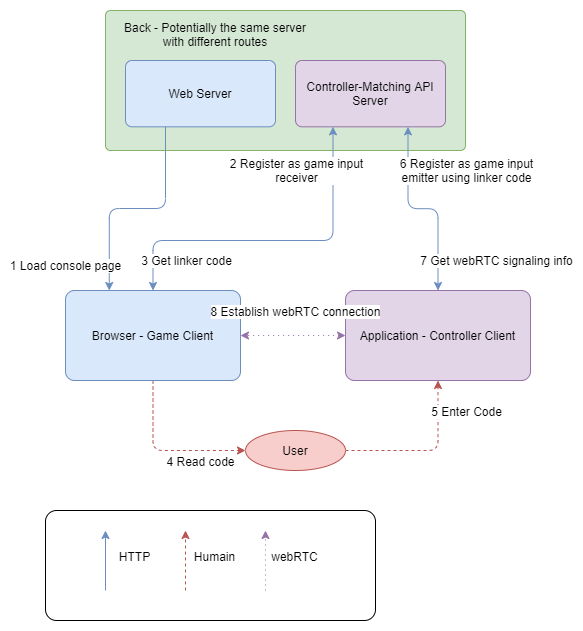
Before: architecture/EPI-airConsole-actors-network_webRTC-Network flow.png, a diagram exported from draw.io (Billyblbl/EPIairconsole). Source tidied: cells renumbered, new cells last; positions are measured from the earlier drawing's top-left corner, leaving out a move shared by most shapes.
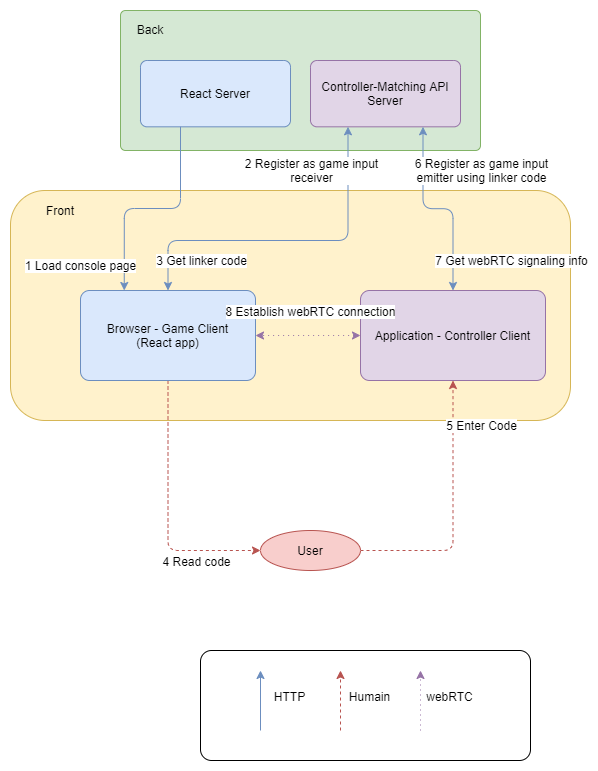
After the commit.

Commit message:
Diagram precision

- Removed possibility for only one server, need to be 2 because of react
- Precised wbefront as being a reactapp
- Precised area of action of each element of the flow

The edit, as a diff of the source:
```diff
@@ -2,34 +2,39 @@
   <root>
     <mxCell id="0" />
     <mxCell id="1" parent="0" />
+    <mxCell id="30" style="group;" parent="1" vertex="1">
+      <mxGeometry x="-50" y="180" width="560" height="230" as="geometry" />
+    </mxCell>
+    <mxCell id="31" style="rounded=1;whiteSpace=wrap;html=1;fillColor=#fff2cc;strokeColor=#d6b656;" parent="30" vertex="1">
+      <mxGeometry width="560" height="230" as="geometry" />
+    </mxCell>
+    <mxCell id="32" value="Front" style="text;html=1;strokeColor=none;fillColor=none;align=center;verticalAlign=middle;whiteSpace=wrap;rounded=0;" parent="30" vertex="1">
+      <mxGeometry x="30" y="10" width="40" height="20" as="geometry" />
+    </mxCell>
     <mxCell id="2" style="rounded=1;arcSize=10;whiteSpace=wrap;html=1;align=center;" parent="1" vertex="1">
-      <mxGeometry y="500" width="330" height="110" as="geometry" />
+      <mxGeometry x="140" y="640" width="330" height="110" as="geometry" />
     </mxCell>
     <mxCell id="3" value="Application - Controller Client" style="rounded=1;arcSize=10;whiteSpace=wrap;html=1;align=center;fillColor=#e1d5e7;strokeColor=#9673a6;" parent="1" vertex="1">
       <mxGeometry x="300" y="280" width="185" height="90" as="geometry" />
     </mxCell>
-    <mxCell id="4" style="edgeStyle=orthogonalEdgeStyle;rounded=1;jettySize=auto;html=1;entryX=0;entryY=0.5;entryDx=0;entryDy=0;dashed=1;startArrow=none;startFill=0;fillColor=#f8cecc;strokeColor=#b85450;" parent="1" edge="1" source="6" target="23">
-      <mxGeometry relative="1" as="geometry">
-        <Array as="points">
-          <mxPoint x="108" y="440" />
-        </Array>
-      </mxGeometry>
+    <mxCell id="4" style="edgeStyle=orthogonalEdgeStyle;rounded=1;jettySize=auto;html=1;entryX=0;entryY=0.5;entryDx=0;entryDy=0;dashed=1;startArrow=none;startFill=0;fillColor=#f8cecc;strokeColor=#b85450;exitX=0.5;exitY=1;exitDx=0;exitDy=0;" parent="1" edge="1" source="6" target="23">
+      <mxGeometry relative="1" as="geometry" />
     </mxCell>
     <mxCell id="5" value="4 Read code" style="text;html=1;align=center;verticalAlign=middle;labelBackgroundColor=#ffffff;" parent="4" vertex="1">
       <mxGeometry x="0.62" y="-1" relative="1" as="geometry">
         <mxPoint x="-14.2" y="9" as="offset" />
       </mxGeometry>
     </mxCell>
-    <mxCell id="6" value="Browser - Game Client" style="rounded=1;arcSize=10;whiteSpace=wrap;html=1;align=center;fillColor=#dae8fc;strokeColor=#6c8ebf;" parent="1" vertex="1">
+    <mxCell id="6" value="Browser - Game Client&lt;br&gt;(React app)" style="rounded=1;arcSize=10;whiteSpace=wrap;html=1;align=center;fillColor=#dae8fc;strokeColor=#6c8ebf;" parent="1" vertex="1">
       <mxGeometry x="20" y="280" width="175" height="90" as="geometry" />
     </mxCell>
     <mxCell id="7" style="rounded=1;absoluteArcSize=1;html=1;arcSize=10;fillColor=#d5e8d4;strokeColor=#82b366;" parent="1" vertex="1">
       <mxGeometry x="60" width="360" height="140" as="geometry" />
     </mxCell>
-    <mxCell id="8" value="Back - Potentially the same server with different routes" style="html=1;shape=mxgraph.er.anchor;whiteSpace=wrap;" parent="7" vertex="1">
-      <mxGeometry x="10" y="7.4" width="200" height="32.6" as="geometry" />
+    <mxCell id="8" value="Back" style="html=1;shape=mxgraph.er.anchor;whiteSpace=wrap;" parent="7" vertex="1">
+      <mxGeometry x="10" y="7.4" width="40" height="22.6" as="geometry" />
     </mxCell>
-    <mxCell id="9" value="Web Server" style="rounded=1;arcSize=10;whiteSpace=wrap;html=1;align=center;fillColor=#dae8fc;strokeColor=#6c8ebf;" parent="7" vertex="1">
+    <mxCell id="9" value="React Server" style="rounded=1;arcSize=10;whiteSpace=wrap;html=1;align=center;fillColor=#dae8fc;strokeColor=#6c8ebf;" parent="7" vertex="1">
       <mxGeometry x="20" y="50" width="150" height="66.3" as="geometry" />
     </mxCell>
     <mxCell id="10" value="Controller-Matching API Server" style="rounded=1;arcSize=10;whiteSpace=wrap;html=1;align=center;fillColor=#e1d5e7;strokeColor=#9673a6;" parent="7" vertex="1">
@@ -90,7 +95,7 @@
     <mxCell id="21" style="edgeStyle=orthogonalEdgeStyle;rounded=1;jettySize=auto;html=1;entryX=0.5;entryY=1;entryDx=0;entryDy=0;dashed=1;startArrow=none;startFill=0;fillColor=#f8cecc;strokeColor=#b85450;" parent="1" edge="1" source="23" target="3">
       <mxGeometry relative="1" as="geometry">
         <Array as="points">
-          <mxPoint x="393" y="440" />
+          <mxPoint x="393" y="540" />
         </Array>
       </mxGeometry>
     </mxCell>
@@ -100,38 +105,38 @@
       </mxGeometry>
     </mxCell>
     <mxCell id="23" value="User" style="ellipse;whiteSpace=wrap;html=1;align=center;fillColor=#f8cecc;strokeColor=#b85450;" parent="1" vertex="1">
-      <mxGeometry x="200" y="420" width="100" height="40" as="geometry" />
+      <mxGeometry x="200" y="520" width="100" height="40" as="geometry" />
     </mxCell>
     <mxCell id="24" style="endArrow=classic;html=1;startArrow=none;startFill=0;fillColor=#dae8fc;strokeColor=#6c8ebf;" parent="1" edge="1">
       <mxGeometry relative="1" as="geometry">
-        <mxPoint x="60" y="580" as="sourcePoint" />
-        <mxPoint x="60" y="520" as="targetPoint" />
+        <mxPoint x="200" y="720" as="sourcePoint" />
+        <mxPoint x="200" y="660" as="targetPoint" />
       </mxGeometry>
     </mxCell>
     <mxCell id="25" style="endArrow=classic;html=1;startArrow=none;startFill=0;dashed=1;fillColor=#f8cecc;strokeColor=#b85450;" parent="1" edge="1">
       <mxGeometry relative="1" as="geometry">
-        <mxPoint x="140" y="580" as="sourcePoint" />
-        <mxPoint x="140" y="520" as="targetPoint" />
+        <mxPoint x="280" y="720" as="sourcePoint" />
+        <mxPoint x="280" y="660" as="targetPoint" />
       </mxGeometry>
     </mxCell>
     <mxCell id="26" style="endArrow=classic;html=1;startArrow=none;startFill=0;dashed=1;dashPattern=1 4;fillColor=#e1d5e7;strokeColor=#9673a6;" parent="1" edge="1">
       <mxGeometry relative="1" as="geometry">
-        <mxPoint x="220" y="580" as="sourcePoint" />
-        <mxPoint x="220" y="520" as="targetPoint" />
+        <mxPoint x="360" y="720" as="sourcePoint" />
+        <mxPoint x="360" y="660" as="targetPoint" />
       </mxGeometry>
     </mxCell>
     <mxCell id="27" value="Humain" style="text;html=1;align=center;verticalAlign=middle;labelBackgroundColor=#ffffff;" parent="1" vertex="1">
-      <mxGeometry x="150" y="540" as="geometry">
+      <mxGeometry x="290" y="680" as="geometry">
         <mxPoint x="18" y="5.8" as="offset" />
       </mxGeometry>
     </mxCell>
     <mxCell id="28" value="HTTP" style="text;html=1;align=center;verticalAlign=middle;labelBackgroundColor=#ffffff;" parent="1" vertex="1">
-      <mxGeometry x="70" y="540" as="geometry">
+      <mxGeometry x="210" y="680" as="geometry">
         <mxPoint x="18" y="5.8" as="offset" />
       </mxGeometry>
     </mxCell>
     <mxCell id="29" value="webRTC" style="text;html=1;align=center;verticalAlign=middle;labelBackgroundColor=#ffffff;" parent="1" vertex="1">
-      <mxGeometry x="230" y="540" as="geometry">
+      <mxGeometry x="370" y="680" as="geometry">
         <mxPoint x="18" y="5.8" as="offset" />
       </mxGeometry>
     </mxCell>
```
